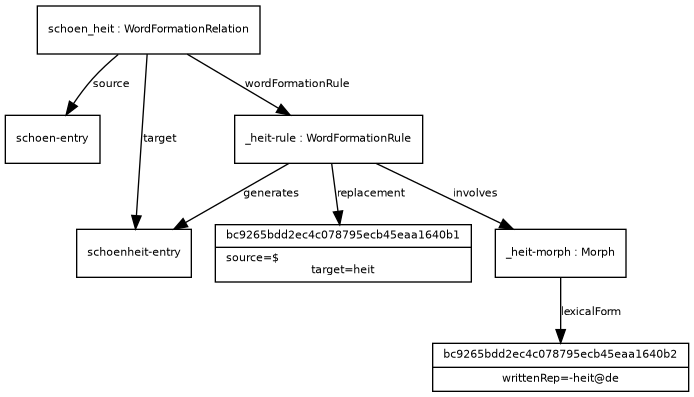
Before: examples/example_18.png, a diagram exported from Graphviz (ontolex/morph). Its source is kept beside it as examples/example_18.dot.
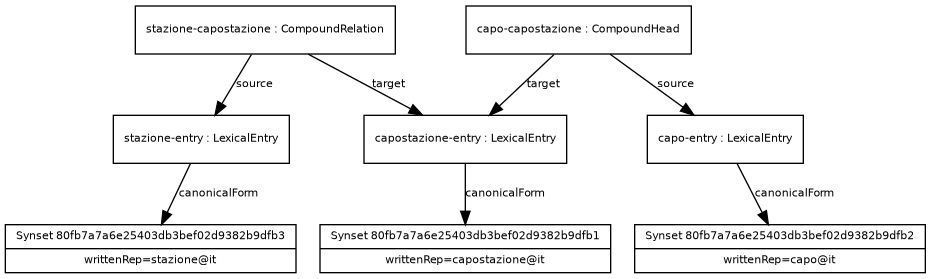
Later version of the same file.

The edit, as a diff of the source:
```diff
@@ -13,18 +13,19 @@
       fontsize = 8
     ]
 
-schoenentry [ label="{schoen-entry}" ]
-schoen_heit -> schoenentry [ label="source" ]
-schoenheitentry [ label="{schoenheit-entry}" ]
-schoen_heit -> schoenheitentry [ label="target" ]
-bc9265bdd2ec4c078795ecb45eaa1640b1 [ label="{bc9265bdd2ec4c078795ecb45eaa1640b1|source=$\ltarget=heit}" ]
-_heitrule -> bc9265bdd2ec4c078795ecb45eaa1640b1 [ label="replacement" ]
-bc9265bdd2ec4c078795ecb45eaa1640b2 [ label="{bc9265bdd2ec4c078795ecb45eaa1640b2|writtenRep=-heit@de}" ]
-_heitmorph -> bc9265bdd2ec4c078795ecb45eaa1640b2 [ label="lexicalForm" ]
-_heitmorph [ label="{_heit-morph : Morph}" ]
-_heitrule -> _heitmorph [ label="involves" ]
-_heitrule -> schoenheitentry [ label="generates" ]
-_heitrule [ label="{_heit-rule : WordFormationRule}" ]
-schoen_heit -> _heitrule [ label="wordFormationRule" ]
-schoen_heit [ label="{schoen_heit : WordFormationRelation}" ]
+Synset80fb7a7a6e25403db3bef02d9382b9dfb3 [ label="{Synset 80fb7a7a6e25403db3bef02d9382b9dfb3|writtenRep=stazione@it}" ]
+stazioneentry -> Synset80fb7a7a6e25403db3bef02d9382b9dfb3 [ label="canonicalForm" ]
+stazioneentry [ label="{stazione-entry : LexicalEntry}" ]
+stazionecapostazione -> stazioneentry [ label="source" ]
+Synset80fb7a7a6e25403db3bef02d9382b9dfb1 [ label="{Synset 80fb7a7a6e25403db3bef02d9382b9dfb1|writtenRep=capostazione@it}" ]
+capostazioneentry -> Synset80fb7a7a6e25403db3bef02d9382b9dfb1 [ label="canonicalForm" ]
+capostazioneentry [ label="{capostazione-entry : LexicalEntry}" ]
+stazionecapostazione -> capostazioneentry [ label="target" ]
+stazionecapostazione [ label="{stazione-capostazione : CompoundRelation}" ]
+Synset80fb7a7a6e25403db3bef02d9382b9dfb2 [ label="{Synset 80fb7a7a6e25403db3bef02d9382b9dfb2|writtenRep=capo@it}" ]
+capoentry -> Synset80fb7a7a6e25403db3bef02d9382b9dfb2 [ label="canonicalForm" ]
+capoentry [ label="{capo-entry : LexicalEntry}" ]
+capocapostazione -> capoentry [ label="source" ]
+capocapostazione -> capostazioneentry [ label="target" ]
+capocapostazione [ label="{capo-capostazione : CompoundHead}" ]
 }
```
